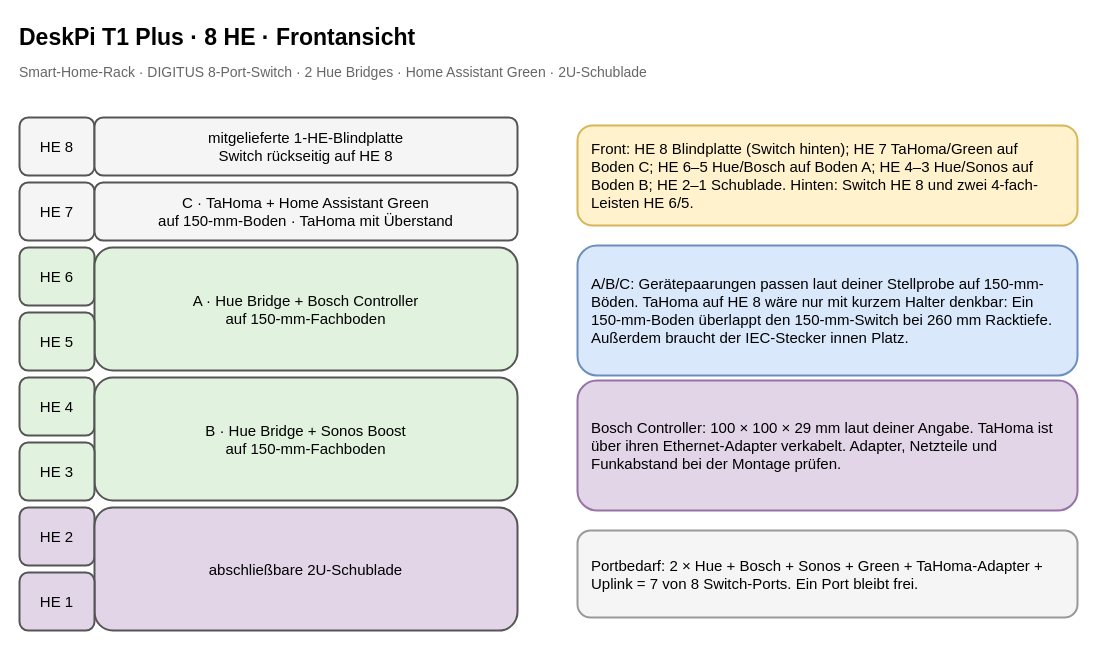
Earlier version of the draw.io diagram page "DeskPi 8 HE – Front" (1 of 4) of 10-zoll-rack-planung.drawio (tiptronic/diagrams). Source tidied: cells renumbered, new cells numbered last; positions are measured from the earlier drawing's top-left corner, leaving out a move shared by most shapes. Both pictures are drawn from the tidied source at 100%, with x=0, y=0 at pixel (17, 17).
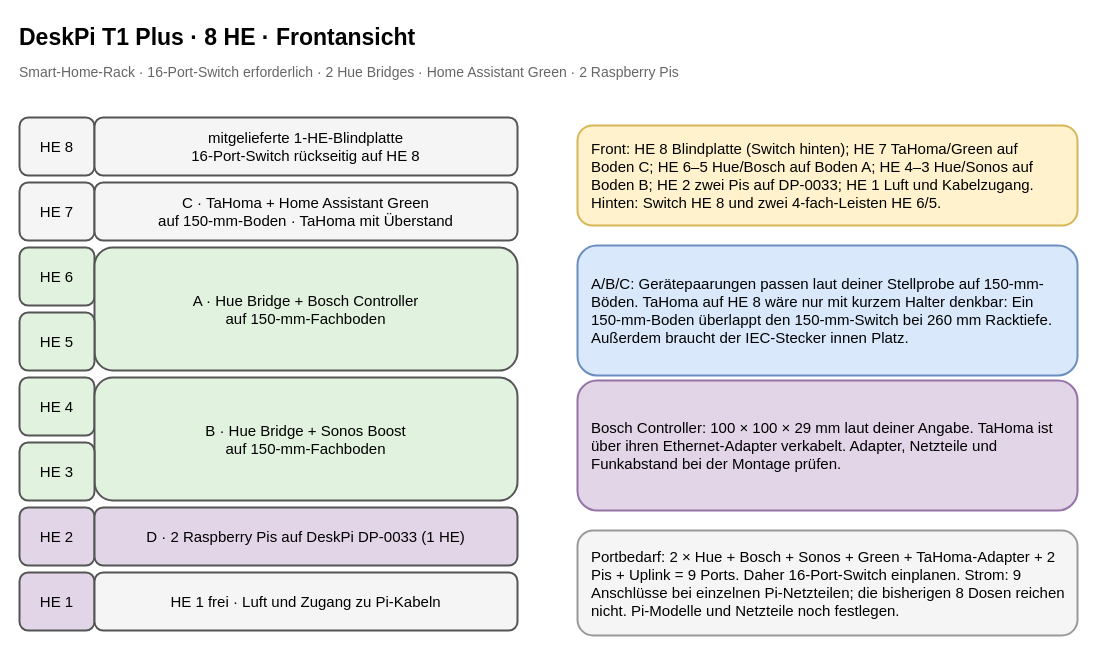
The same diagram, later.

Commit message (it also covers changes not shown here):
Plan two Raspberry Pis instead of drawer

What changed in the source:
```diff
@@
-    <mxCell id="3" value="Smart-Home-Rack · DIGITUS 8-Port-Switch · 2 Hue Bridges · Home Assistant Green · 2U-Schublade" style="text;html=1;align=left;verticalAlign=middle;whiteSpace=wrap;rounded=0;strokeColor=none;fillColor=none;fontSize=15;fontSize=14;fontColor=#666666;" parent="1" vertex="1">
+    <mxCell id="3" value="Smart-Home-Rack · 16-Port-Switch erforderlich · 2 Hue Bridges · Home Assistant Green · 2 Raspberry Pis" style="text;html=1;align=left;verticalAlign=middle;whiteSpace=wrap;rounded=0;strokeColor=none;fillColor=none;fontSize=15;fontSize=14;fontColor=#666666;" parent="1" vertex="1">
       <mxGeometry y="40" width="1040" height="30" as="geometry" />
     </mxCell>
@@
-    <mxCell id="5" value="mitgelieferte 1-HE-Blindplatte&#10;Switch rückseitig auf HE 8" style="rounded=1;whiteSpace=wrap;html=1;align=center;verticalAlign=middle;strokeWidth=2;fontSize=15;fillColor=#f5f5f5;strokeColor=#555555;" parent="1" vertex="1">
+    <mxCell id="5" value="mitgelieferte 1-HE-Blindplatte&#10;16-Port-Switch rückseitig auf HE 8" style="rounded=1;whiteSpace=wrap;html=1;align=center;verticalAlign=middle;strokeWidth=2;fontSize=15;fillColor=#f5f5f5;strokeColor=#555555;" parent="1" vertex="1">
       <mxGeometry x="77" y="100" width="423" height="58" as="geometry" />
     </mxCell>
@@
-    <mxCell id="15" value="abschließbare 2U-Schublade" style="rounded=1;whiteSpace=wrap;html=1;align=center;verticalAlign=middle;strokeWidth=2;fontSize=15;fillColor=#e1d5e7;strokeColor=#555555;" parent="1" vertex="1">
-      <mxGeometry x="77" y="490" width="423" height="123" as="geometry" />
+    <mxCell id="15" value="D · 2 Raspberry Pis auf DeskPi DP-0033 (1 HE)" style="rounded=1;whiteSpace=wrap;html=1;align=center;verticalAlign=middle;strokeWidth=2;fontSize=15;fillColor=#e1d5e7;strokeColor=#555555;" parent="1" vertex="1">
+      <mxGeometry x="77" y="490" width="423" height="58" as="geometry" />
     </mxCell>
@@
+    <mxCell id="21" value="HE 1 frei · Luft und Zugang zu Pi-Kabeln" style="rounded=1;whiteSpace=wrap;html=1;align=center;verticalAlign=middle;strokeWidth=2;fontSize=15;fillColor=#f5f5f5;strokeColor=#555555;" parent="1" vertex="1">
+      <mxGeometry x="77" y="555" width="423" height="58" as="geometry" />
+    </mxCell>
-    <mxCell id="17" value="Front: HE 8 Blindplatte (Switch hinten); HE 7 TaHoma/Green auf Boden C; HE 6–5 Hue/Bosch auf Boden A; HE 4–3 Hue/Sonos auf Boden B; HE 2–1 Schublade. Hinten: Switch HE 8 und zwei 4-fach-Leisten HE 6/5." style="rounded=1;whiteSpace=wrap;html=1;align=center;verticalAlign=middle;strokeWidth=2;fontSize=15;align=left;spacing=14;fillColor=#fff2cc;strokeColor=#d6b656;" parent="1" vertex="1">
+    <mxCell id="17" value="Front: HE 8 Blindplatte (Switch hinten); HE 7 TaHoma/Green auf Boden C; HE 6–5 Hue/Bosch auf Boden A; HE 4–3 Hue/Sonos auf Boden B; HE 2 zwei Pis auf DP-0033; HE 1 Luft und Kabelzugang. Hinten: Switch HE 8 und zwei 4-fach-Leisten HE 6/5." style="rounded=1;whiteSpace=wrap;html=1;align=center;verticalAlign=middle;strokeWidth=2;fontSize=15;align=left;spacing=14;fillColor=#fff2cc;strokeColor=#d6b656;" parent="1" vertex="1">
       <mxGeometry x="560" y="108" width="500" height="100" as="geometry" />
     </mxCell>
@@
-    <mxCell id="20" value="Portbedarf: 2 × Hue + Bosch + Sonos + Green + TaHoma-Adapter + Uplink = 7 von 8 Switch-Ports. Ein Port bleibt frei." style="rounded=1;whiteSpace=wrap;html=1;align=center;verticalAlign=middle;strokeWidth=2;fontSize=15;align=left;spacing=14;fillColor=#f5f5f5;strokeColor=#999999;" parent="1" vertex="1">
-      <mxGeometry x="560" y="513" width="500" height="87" as="geometry" />
+    <mxCell id="20" value="Portbedarf: 2 × Hue + Bosch + Sonos + Green + TaHoma-Adapter + 2 Pis + Uplink = 9 Ports. Daher 16-Port-Switch einplanen. Strom: 9 Anschlüsse bei einzelnen Pi-Netzteilen; die bisherigen 8 Dosen reichen nicht. Pi-Modelle und Netzteile noch festlegen." style="rounded=1;whiteSpace=wrap;html=1;align=center;verticalAlign=middle;strokeWidth=2;fontSize=15;align=left;spacing=14;fillColor=#f5f5f5;strokeColor=#999999;" parent="1" vertex="1">
+      <mxGeometry x="560" y="513" width="500" height="105" as="geometry" />
     </mxCell>
```
